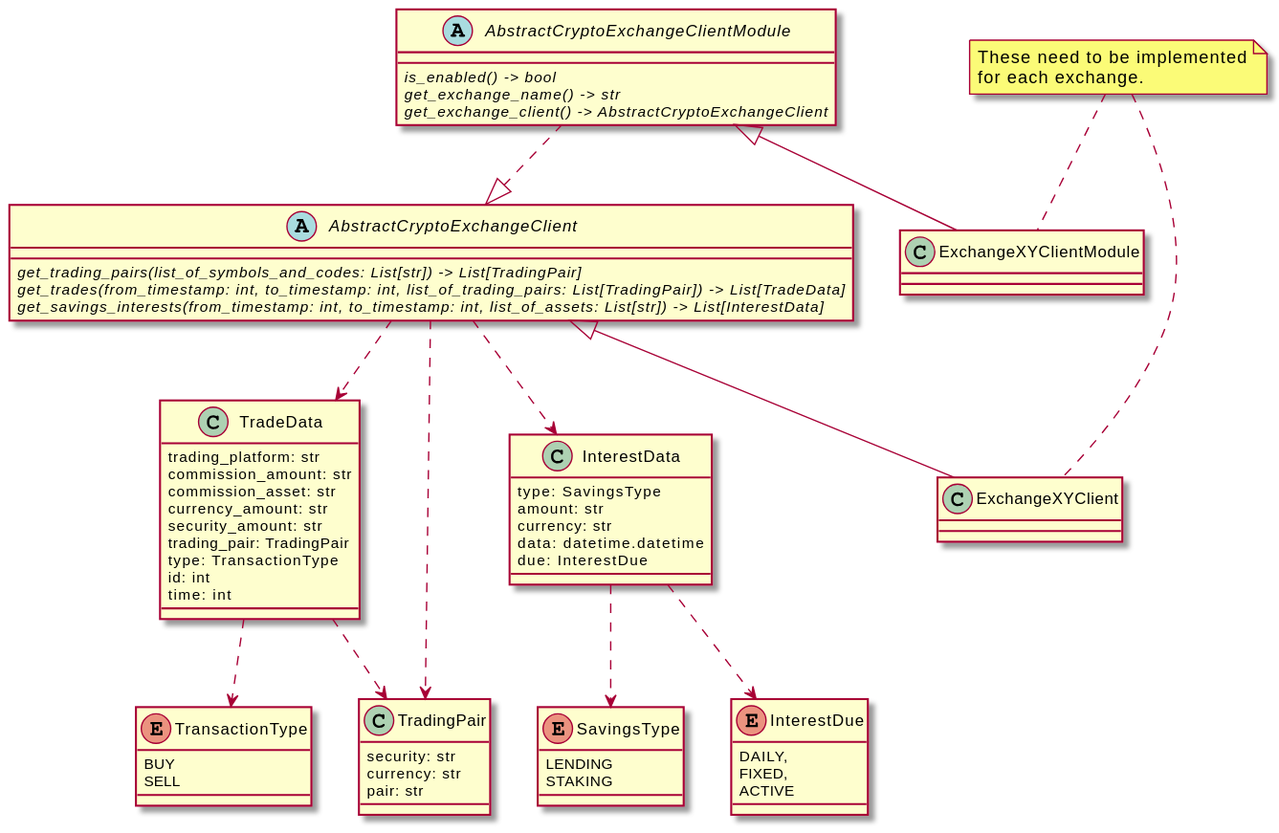
financelurker/crypto-trades-firefly-iii keeps this PlantUML diagram as plantuml/overview.svg. Above is the earlier version.
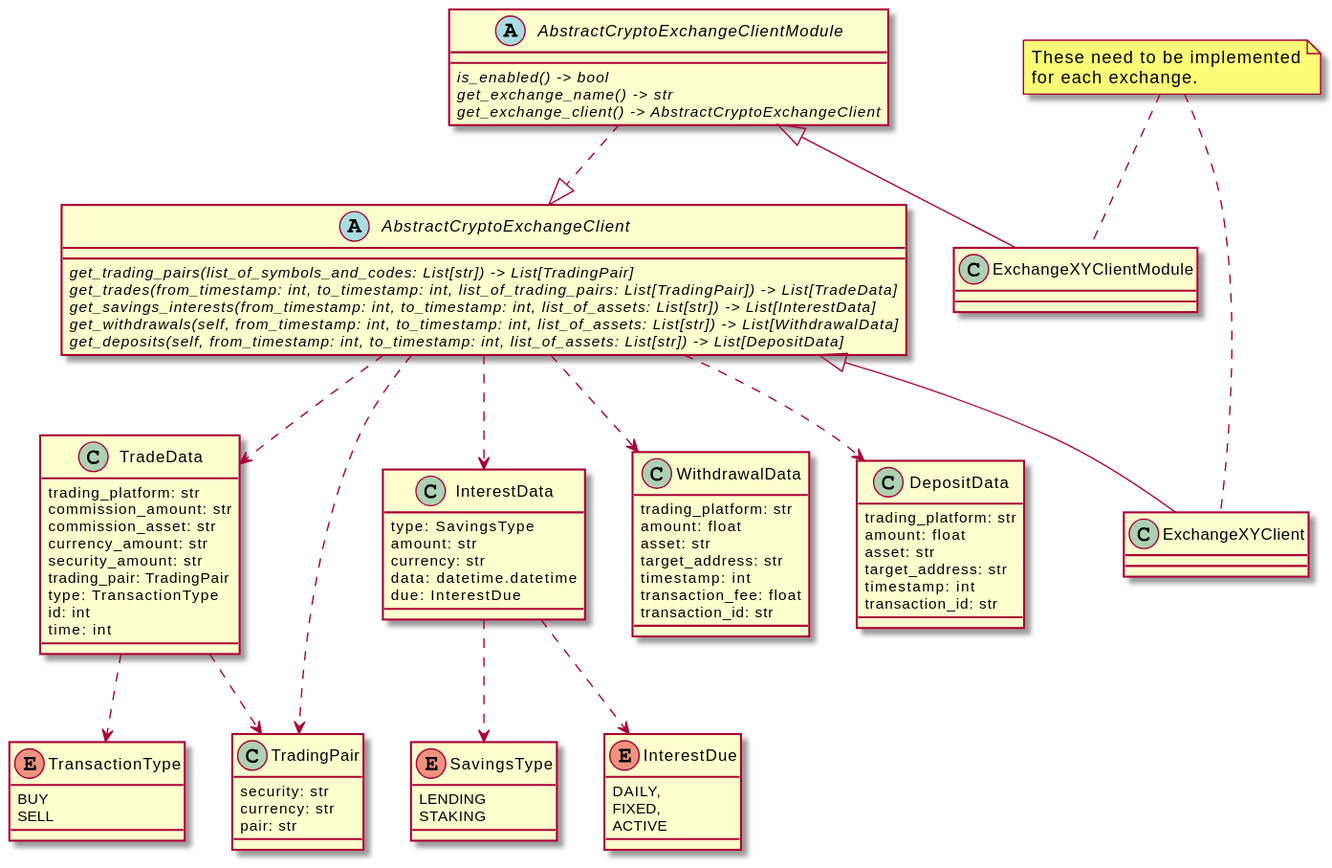
Later version of the same file.

Commit message:
updated documentation for importing withdrawals and deposits from/to Binance

What changed in the source:
```diff
@@ -9,6 +9,8 @@
   {abstract} get_trading_pairs(list_of_symbols_and_codes: List[str]) -> List[TradingPair]
   {abstract} get_trades(from_timestamp: int, to_timestamp: int, list_of_trading_pairs: List[TradingPair]) -> List[TradeData]
   {abstract} get_savings_interests(from_timestamp: int, to_timestamp: int, list_of_assets: List[str]) -> List[InterestData]
+  {abstract} get_withdrawals(self, from_timestamp: int, to_timestamp: int, list_of_assets: List[str]) -> List[WithdrawalData]
+  {abstract} get_deposits(self, from_timestamp: int, to_timestamp: int, list_of_assets: List[str]) -> List[DepositData]
 }
 
 class ExchangeXYClientModule {
@@ -66,12 +68,33 @@
   ACTIVE
 }
 
+class WithdrawalData {
+  trading_platform: str
+  amount: float
+  asset: str
+  target_address: str
+  timestamp: int
+  transaction_fee: float
+  transaction_id: str
+}
+
+class DepositData {
+  trading_platform: str
+  amount: float
+  asset: str
+  target_address: str
+  timestamp: int
+  transaction_id: str
+}
+
 InterestData ..> SavingsType
 InterestData ..> InterestDue
 
 AbstractCryptoExchangeClient ..> TradeData
 AbstractCryptoExchangeClient ..> InterestData
 AbstractCryptoExchangeClient ..> TradingPair
+AbstractCryptoExchangeClient ..> WithdrawalData
+AbstractCryptoExchangeClient ..> DepositData
 
 note "These need to be implemented\nfor each exchange." as impl_note
 
```
